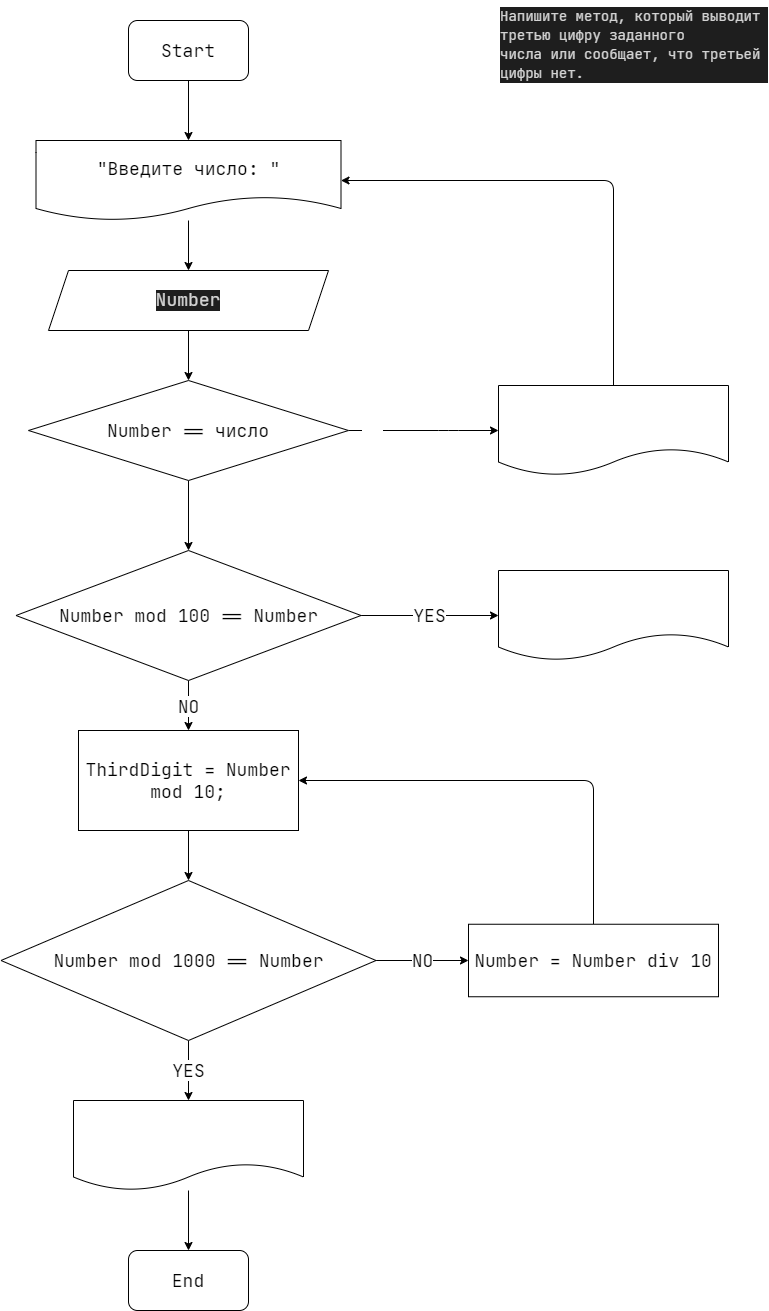
Earlier version of the draw.io export seminar2/Task13/Task13.drawio.png (Trofpa/Homework). Source tidied: cells renumbered, new cells last; positions are measured from the earlier drawing's top-left corner, leaving out a move shared by most shapes.
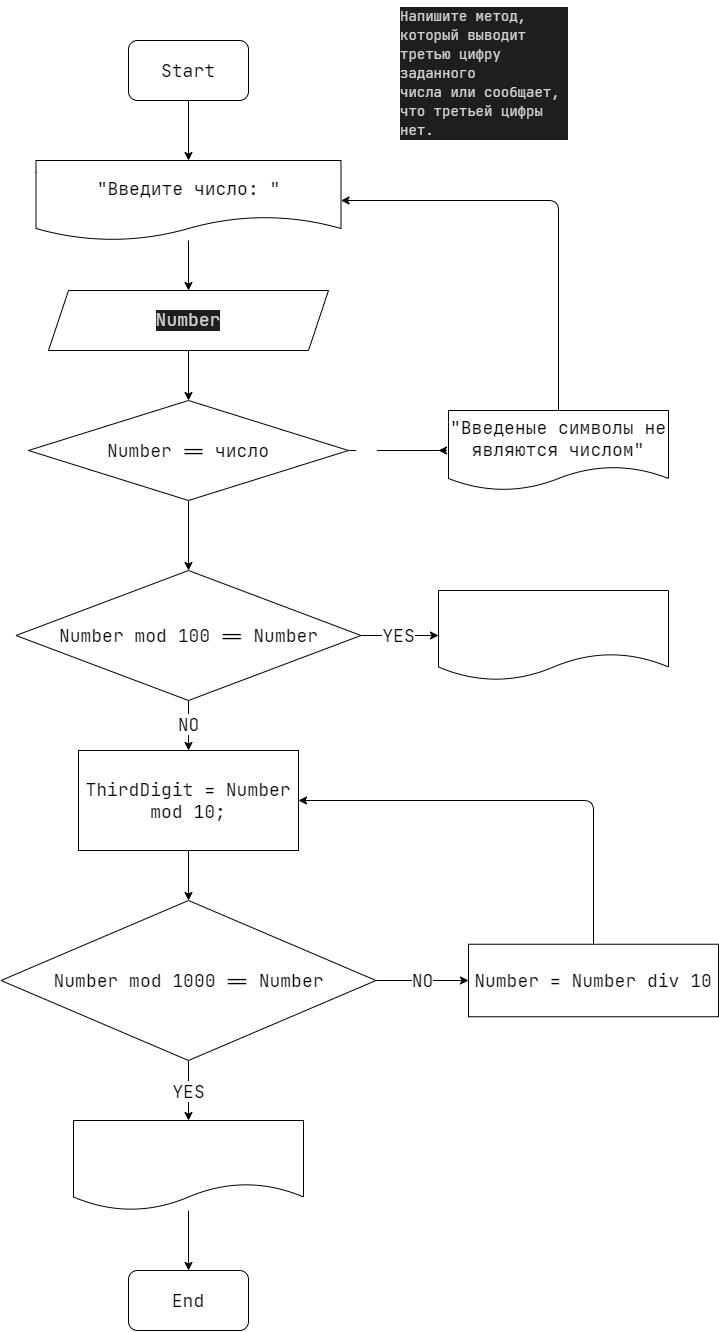
The same file after the commit.

What changed in the source:
```diff
@@ -3,7 +3,7 @@
     <mxCell id="0" />
     <mxCell id="1" parent="0" />
     <mxCell id="2" value="&lt;div style=&quot;color: rgb(212, 212, 212); background-color: rgb(30, 30, 30); font-family: &amp;quot;jetbrains mono&amp;quot;, &amp;quot;jetbrains mono&amp;quot;, monospace, consolas, &amp;quot;courier new&amp;quot;, monospace; font-weight: normal; font-size: 14px; line-height: 19px;&quot;&gt;&lt;div&gt;&lt;span style=&quot;color: #d4d4d4&quot;&gt;Напишите метод, который выводит третью цифру заданного&lt;/span&gt;&lt;/div&gt;&lt;div&gt;&lt;span style=&quot;color: #d4d4d4&quot;&gt;числа или сообщает, что третьей цифры нет. &amp;nbsp;&lt;/span&gt;&lt;/div&gt;&lt;/div&gt;" style="text;whiteSpace=wrap;html=1;" parent="1" vertex="1">
-      <mxGeometry x="498" width="270" height="50" as="geometry" />
+      <mxGeometry x="398" y="-20" width="170" height="50" as="geometry" />
     </mxCell>
     <mxCell id="3" style="edgeStyle=none;html=1;fontFamily=JetBrains Mono;fontSize=14;" parent="1" edge="1" source="4" target="8">
       <mxGeometry relative="1" as="geometry" />
@@ -26,8 +26,9 @@
     <mxCell id="9" value="&lt;font style=&quot;font-size: 18px&quot;&gt;End&lt;/font&gt;" style="rounded=1;whiteSpace=wrap;html=1;fontFamily=JetBrains Mono;fontSize=14;" parent="1" vertex="1">
       <mxGeometry x="128" y="1250" width="120" height="60" as="geometry" />
     </mxCell>
-    <mxCell id="10" value="NO" style="edgeStyle=none;html=1;exitX=1;exitY=0.5;exitDx=0;exitDy=0;entryX=0;entryY=0.5;entryDx=0;entryDy=0;fontFamily=JetBrains Mono;fontSize=18;fontColor=#FFFFFF;" parent="1" edge="1" source="12" target="14">
+    <mxCell id="10" value="NO" style="edgeStyle=none;html=1;exitX=1;exitY=0.5;exitDx=0;exitDy=0;entryX=0;entryY=0.5;entryDx=0;entryDy=0;fontFamily=JetBrains Mono;fontSize=18;fontColor=#FFFFFF;" parent="1" edge="1" source="12">
       <mxGeometry x="-0.67" relative="1" as="geometry">
+        <mxPoint x="438" y="430" as="targetPoint" />
         <Array as="points">
           <mxPoint x="448" y="430" />
         </Array>
@@ -39,16 +40,13 @@
     <mxCell id="12" value="&lt;font face=&quot;JetBrains Mono&quot; style=&quot;font-size: 18px&quot;&gt;Number == число&lt;br&gt;&lt;/font&gt;" style="rhombus;whiteSpace=wrap;html=1;" parent="1" vertex="1">
       <mxGeometry x="28" y="380" width="320" height="100" as="geometry" />
     </mxCell>
-    <mxCell id="13" style="edgeStyle=none;html=1;exitX=0.5;exitY=0;exitDx=0;exitDy=0;entryX=1;entryY=0.5;entryDx=0;entryDy=0;" parent="1" edge="1" source="14" target="8">
+    <mxCell id="13" style="edgeStyle=none;html=1;entryX=1;entryY=0.5;entryDx=0;entryDy=0;exitX=0.5;exitY=0;exitDx=0;exitDy=0;" parent="1" edge="1" source="28" target="8">
       <mxGeometry relative="1" as="geometry">
         <Array as="points">
-          <mxPoint x="613" y="180" />
+          <mxPoint x="558" y="180" />
         </Array>
       </mxGeometry>
     </mxCell>
-    <mxCell id="14" value="&lt;div style=&quot;line-height: 19px&quot;&gt;&lt;font color=&quot;#ffffff&quot; style=&quot;font-size: 18px&quot;&gt;&quot;Введенный символ не является числом!&quot;&lt;/font&gt;&lt;/div&gt;" style="shape=document;whiteSpace=wrap;html=1;boundedLbl=1;fontFamily=JetBrains Mono;fontSize=14;" parent="1" vertex="1">
-      <mxGeometry x="498" y="385" width="230" height="90" as="geometry" />
-    </mxCell>
     <mxCell id="15" value="YES" style="edgeStyle=none;html=1;exitX=1;exitY=0.5;exitDx=0;exitDy=0;entryX=0;entryY=0.5;entryDx=0;entryDy=0;fontFamily=JetBrains Mono;fontSize=18;" parent="1" edge="1" source="17" target="18">
       <mxGeometry relative="1" as="geometry" />
     </mxCell>
@@ -59,7 +57,7 @@
       <mxGeometry x="15.5" y="550" width="345" height="130" as="geometry" />
     </mxCell>
     <mxCell id="18" value="&lt;div style=&quot;line-height: 19px&quot;&gt;&lt;font color=&quot;#ffffff&quot;&gt;&lt;span style=&quot;font-size: 18px&quot;&gt;Третьей цифры нет&lt;/span&gt;&lt;/font&gt;&lt;/div&gt;" style="shape=document;whiteSpace=wrap;html=1;boundedLbl=1;fontFamily=JetBrains Mono;fontSize=14;" parent="1" vertex="1">
-      <mxGeometry x="498" y="570" width="230" height="90" as="geometry" />
+      <mxGeometry x="438" y="570" width="230" height="90" as="geometry" />
     </mxCell>
     <mxCell id="19" style="edgeStyle=none;html=1;fontFamily=JetBrains Mono;fontSize=18;" parent="1" edge="1" source="20" target="25">
       <mxGeometry relative="1" as="geometry" />
@@ -92,5 +90,8 @@
     <mxCell id="27" value="Number = Number div 10" style="rounded=0;whiteSpace=wrap;html=1;fontFamily=JetBrains Mono;fontSize=18;" parent="1" vertex="1">
       <mxGeometry x="468" y="923.8" width="250" height="72.5" as="geometry" />
     </mxCell>
+    <mxCell id="28" value="&quot;Введеные символы не являются числом&quot;" style="shape=document;whiteSpace=wrap;html=1;boundedLbl=1;fontFamily=JetBrains Mono;fontSize=18;" parent="1" vertex="1">
+      <mxGeometry x="448" y="390" width="220" height="80" as="geometry" />
+    </mxCell>
   </root>
 </mxGraphModel>
```
